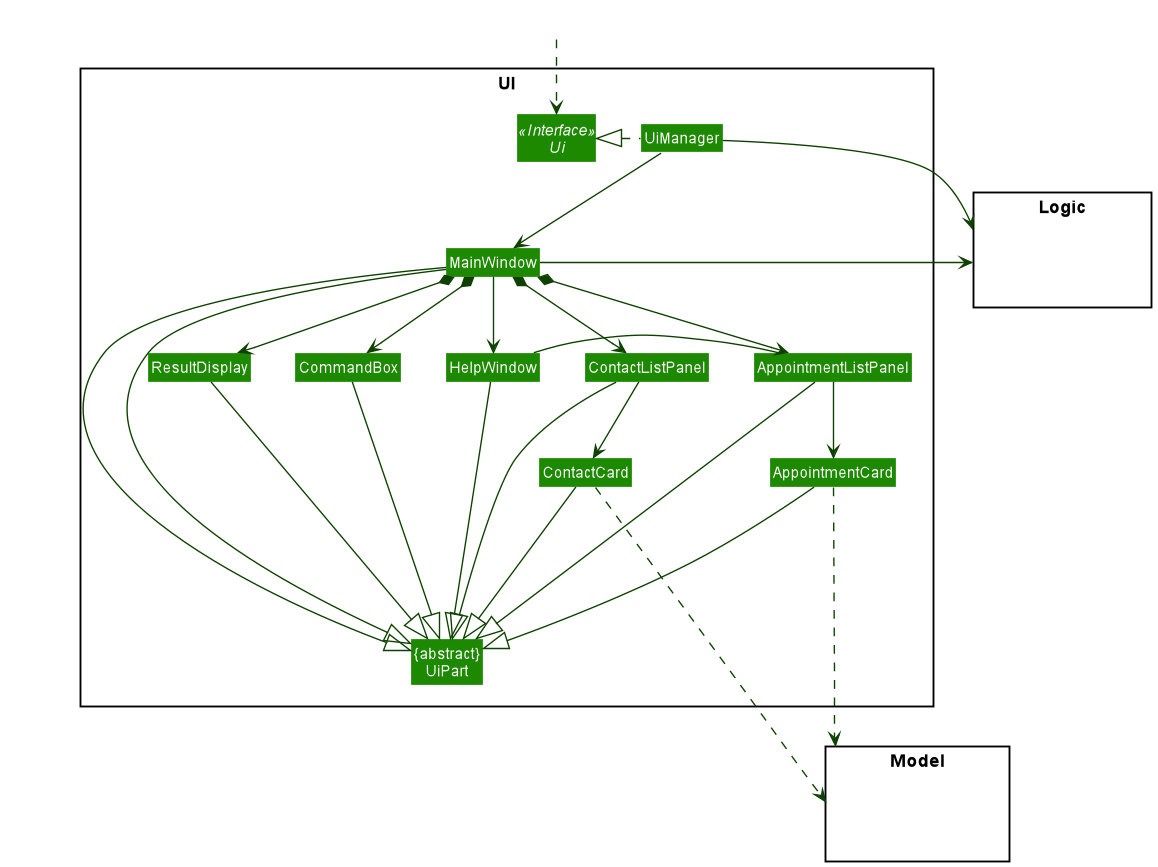
Earlier version of the PlantUML export docs/images/AppointmentWithUIClassDiagram.png (nus-cs2103-AY2021S2/tp).
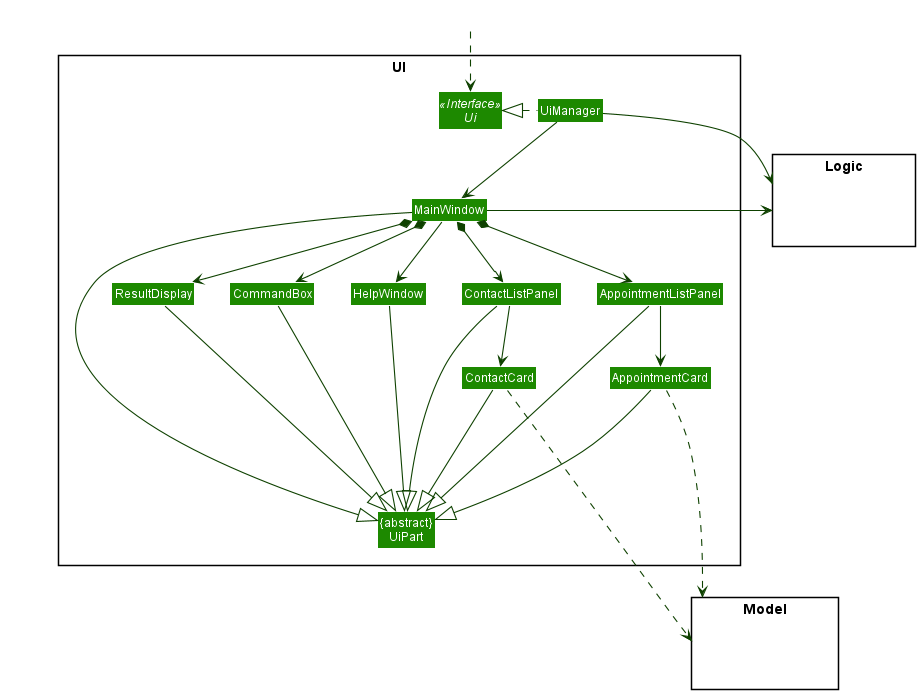
Later version of the same file.

Commit message:
Merge appointment diagrams into AB3's diagrams

The edit, as a diff of the source:
```diff
@@ -56,9 +56,8 @@
 MainWindow -left-> Logic
 
 ContactListPanel -[hidden]left- HelpWindow
-AppointmentListPanel -left- HelpWindow
+AppointmentListPanel -[hidden]left- HelpWindow
 HelpWindow -[hidden]left- CommandBox
 CommandBox -[hidden]left- ResultDisplay
 
-MainWindow ---|> UiPart
 @enduml
```
